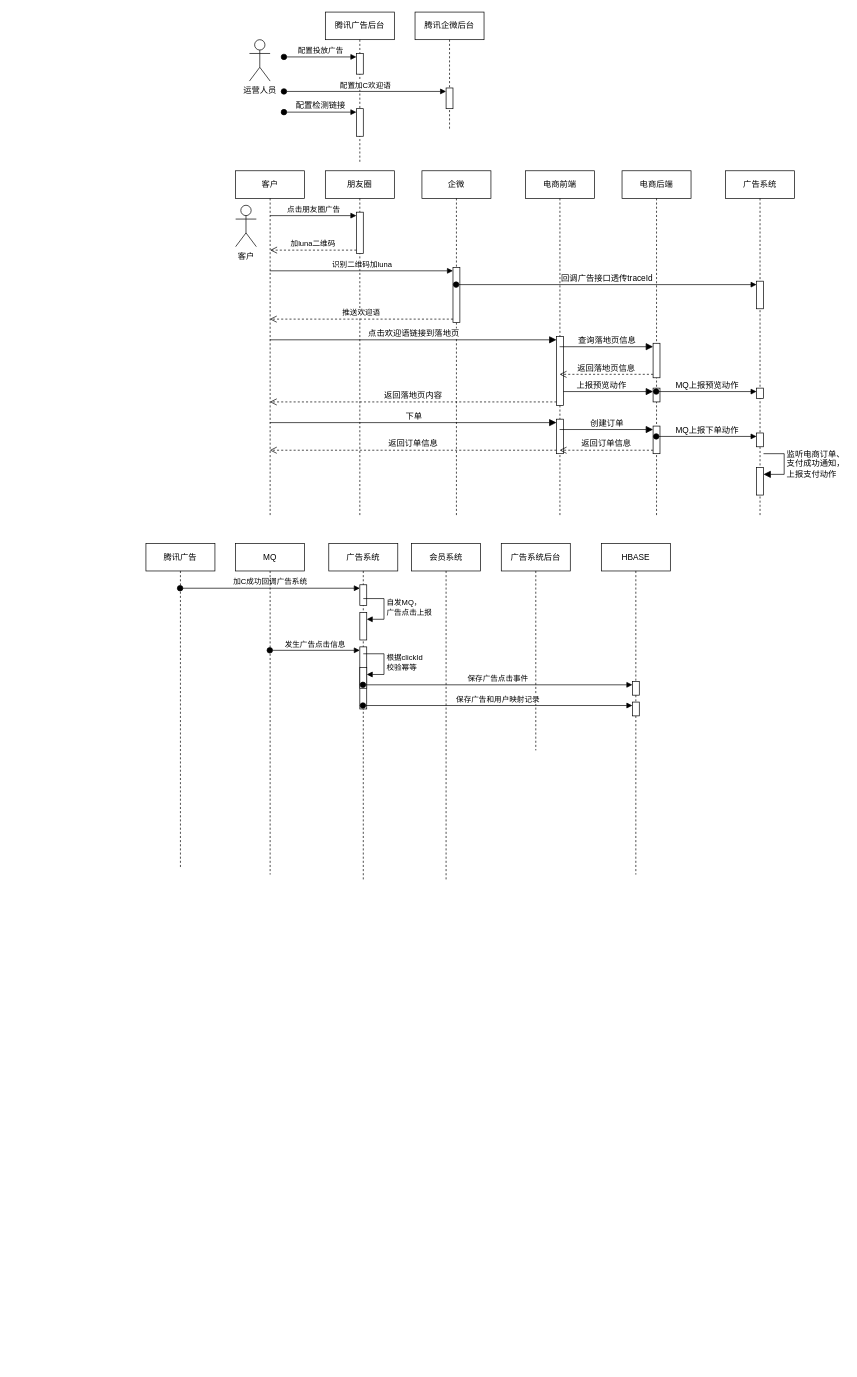
Earlier version of the draw.io diagram page "腾讯广告加C投放归因" (14 of 14) of src/draw/广告投放系统.drawio (y13513867074/draw). Source tidied: cells renumbered, new cells numbered last; positions are measured from the earlier drawing's top-left corner, leaving out a move shared by most shapes. Both pictures are drawn from the tidied source at 69%, with x=0, y=0 at pixel (146, 12).
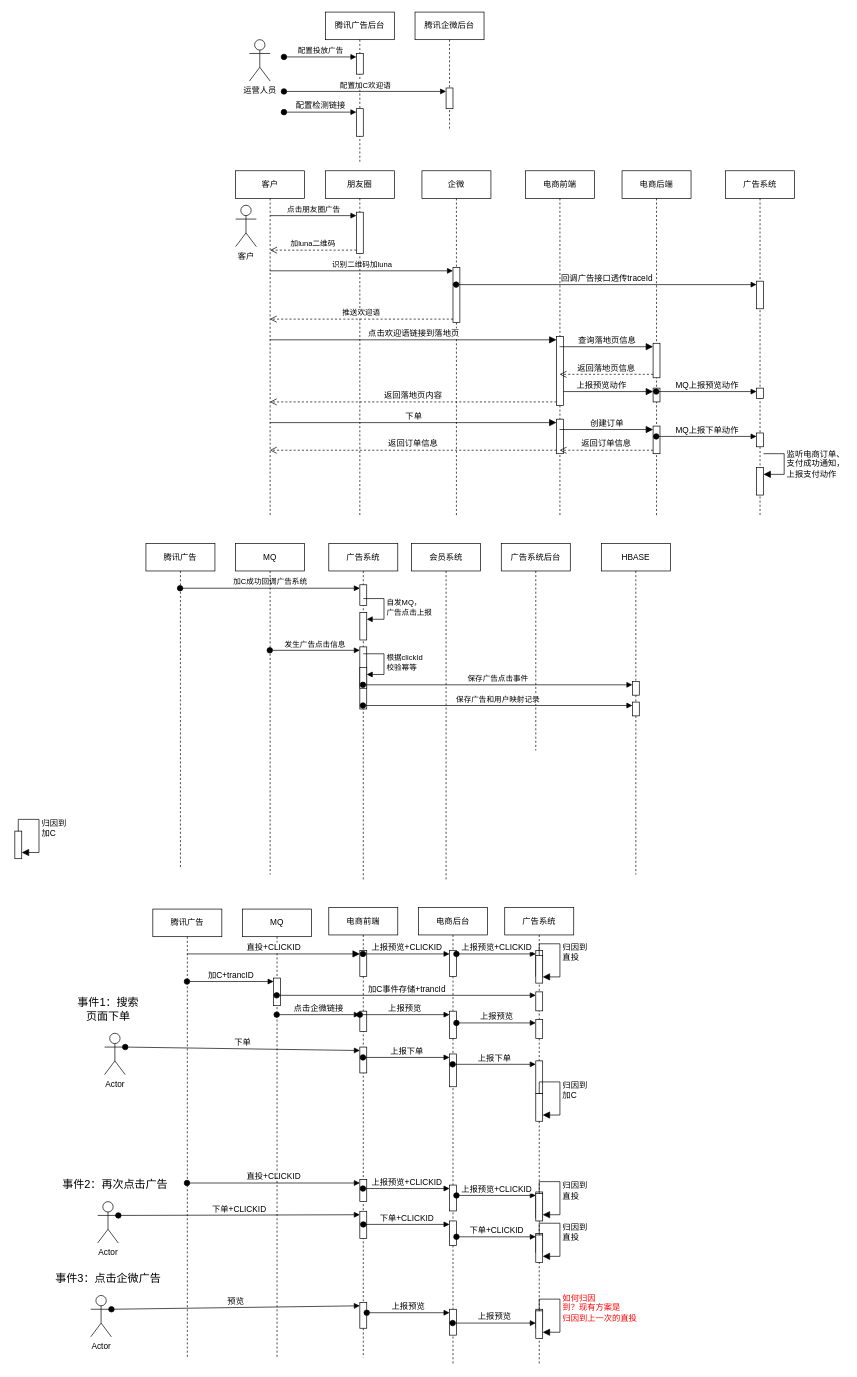
After the change.

Commit message:
更新广告投放系统.drawio

What changed in the source:
```diff
@@
+    <mxCell id="65" value="广告系统" style="shape=umlLifeline;perimeter=lifelinePerimeter;whiteSpace=wrap;html=1;newEdgeStyle={&quot;edgeStyle&quot;:&quot;elbowEdgeStyle&quot;,&quot;elbow&quot;:&quot;vertical&quot;,&quot;curved&quot;:0,&quot;rounded&quot;:0};" parent="1" vertex="1">
+      <mxGeometry x="520" y="1297.5" width="100" height="662.5" as="geometry" />
+    </mxCell>
+    <mxCell id="66" style="html=1;points=[[0,0,0,0,5],[0,1,0,0,-5],[1,0,0,0,5],[1,1,0,0,-5]];perimeter=orthogonalPerimeter;outlineConnect=0;targetShapes=umlLifeline;portConstraint=eastwest;newEdgeStyle={&quot;curved&quot;:0,&quot;rounded&quot;:0};" parent="65" vertex="1">
+      <mxGeometry x="45" y="62.5" width="10" height="37.5" as="geometry" />
+    </mxCell>
+    <mxCell id="67" style="html=1;points=[[0,0,0,0,5],[0,1,0,0,-5],[1,0,0,0,5],[1,1,0,0,-5]];perimeter=orthogonalPerimeter;outlineConnect=0;targetShapes=umlLifeline;portConstraint=eastwest;newEdgeStyle={&quot;curved&quot;:0,&quot;rounded&quot;:0};" parent="65" vertex="1">
+      <mxGeometry x="45" y="122.5" width="10" height="27.5" as="geometry" />
+    </mxCell>
+    <mxCell id="68" style="html=1;points=[[0,0,0,0,5],[0,1,0,0,-5],[1,0,0,0,5],[1,1,0,0,-5]];perimeter=orthogonalPerimeter;outlineConnect=0;targetShapes=umlLifeline;portConstraint=eastwest;newEdgeStyle={&quot;curved&quot;:0,&quot;rounded&quot;:0};" parent="65" vertex="1">
+      <mxGeometry x="45" y="162.5" width="10" height="27.5" as="geometry" />
+    </mxCell>
+    <mxCell id="69" style="html=1;points=[[0,0,0,0,5],[0,1,0,0,-5],[1,0,0,0,5],[1,1,0,0,-5]];perimeter=orthogonalPerimeter;outlineConnect=0;targetShapes=umlLifeline;portConstraint=eastwest;newEdgeStyle={&quot;curved&quot;:0,&quot;rounded&quot;:0};" parent="65" vertex="1">
+      <mxGeometry x="45" y="222.5" width="10" height="47.5" as="geometry" />
+    </mxCell>
+    <mxCell id="70" style="html=1;points=[[0,0,0,0,5],[0,1,0,0,-5],[1,0,0,0,5],[1,1,0,0,-5]];perimeter=orthogonalPerimeter;outlineConnect=0;targetShapes=umlLifeline;portConstraint=eastwest;newEdgeStyle={&quot;curved&quot;:0,&quot;rounded&quot;:0};" parent="65" vertex="1">
+      <mxGeometry x="45" y="270" width="10" height="40" as="geometry" />
+    </mxCell>
+    <mxCell id="71" value="归因到&lt;div&gt;加C&lt;/div&gt;" style="html=1;align=left;spacingLeft=2;endArrow=block;rounded=0;edgeStyle=orthogonalEdgeStyle;curved=0;rounded=0;fontSize=12;startSize=8;endSize=8;" parent="65" edge="1" target="70">
+      <mxGeometry relative="1" as="geometry">
+        <mxPoint x="50" y="270.5" as="sourcePoint" />
+        <Array as="points">
+          <mxPoint x="50" y="253" />
+          <mxPoint x="80" y="253" />
+          <mxPoint x="80" y="301" />
+        </Array>
+      </mxGeometry>
+    </mxCell>
+    <mxCell id="72" style="html=1;points=[[0,0,0,0,5],[0,1,0,0,-5],[1,0,0,0,5],[1,1,0,0,-5]];perimeter=orthogonalPerimeter;outlineConnect=0;targetShapes=umlLifeline;portConstraint=eastwest;newEdgeStyle={&quot;curved&quot;:0,&quot;rounded&quot;:0};" parent="65" vertex="1">
+      <mxGeometry x="45" y="412.5" width="10" height="37.5" as="geometry" />
+    </mxCell>
+    <mxCell id="73" style="html=1;points=[[0,0,0,0,5],[0,1,0,0,-5],[1,0,0,0,5],[1,1,0,0,-5]];perimeter=orthogonalPerimeter;outlineConnect=0;targetShapes=umlLifeline;portConstraint=eastwest;newEdgeStyle={&quot;curved&quot;:0,&quot;rounded&quot;:0};" parent="65" vertex="1">
+      <mxGeometry x="45" y="69.8" width="10" height="40" as="geometry" />
+    </mxCell>
+    <mxCell id="74" value="归因到&lt;div&gt;直投&lt;/div&gt;" style="html=1;align=left;spacingLeft=2;endArrow=block;rounded=0;edgeStyle=orthogonalEdgeStyle;curved=0;rounded=0;fontSize=12;startSize=8;endSize=8;" parent="65" edge="1" target="73">
+      <mxGeometry relative="1" as="geometry">
+        <mxPoint x="50" y="70.2" as="sourcePoint" />
+        <Array as="points">
+          <mxPoint x="50" y="52.8" />
+          <mxPoint x="80" y="52.8" />
+          <mxPoint x="80" y="100.8" />
+        </Array>
+      </mxGeometry>
+    </mxCell>
+    <mxCell id="75" style="html=1;points=[[0,0,0,0,5],[0,1,0,0,-5],[1,0,0,0,5],[1,1,0,0,-5]];perimeter=orthogonalPerimeter;outlineConnect=0;targetShapes=umlLifeline;portConstraint=eastwest;newEdgeStyle={&quot;curved&quot;:0,&quot;rounded&quot;:0};" parent="65" vertex="1">
+      <mxGeometry x="45" y="414.5" width="10" height="40" as="geometry" />
+    </mxCell>
+    <mxCell id="76" value="归因到&lt;div&gt;直投&lt;/div&gt;" style="html=1;align=left;spacingLeft=2;endArrow=block;rounded=0;edgeStyle=orthogonalEdgeStyle;curved=0;rounded=0;fontSize=12;startSize=8;endSize=8;" parent="65" edge="1" target="75">
+      <mxGeometry relative="1" as="geometry">
+        <mxPoint x="50" y="415" as="sourcePoint" />
+        <Array as="points">
+          <mxPoint x="50" y="397.5" />
+          <mxPoint x="80" y="397.5" />
+          <mxPoint x="80" y="445.5" />
+        </Array>
+      </mxGeometry>
+    </mxCell>
+    <mxCell id="77" style="html=1;points=[[0,0,0,0,5],[0,1,0,0,-5],[1,0,0,0,5],[1,1,0,0,-5]];perimeter=orthogonalPerimeter;outlineConnect=0;targetShapes=umlLifeline;portConstraint=eastwest;newEdgeStyle={&quot;curved&quot;:0,&quot;rounded&quot;:0};" parent="65" vertex="1">
+      <mxGeometry x="45" y="472.5" width="10" height="27.5" as="geometry" />
+    </mxCell>
+    <mxCell id="78" style="html=1;points=[[0,0,0,0,5],[0,1,0,0,-5],[1,0,0,0,5],[1,1,0,0,-5]];perimeter=orthogonalPerimeter;outlineConnect=0;targetShapes=umlLifeline;portConstraint=eastwest;newEdgeStyle={&quot;curved&quot;:0,&quot;rounded&quot;:0};" parent="65" vertex="1">
+      <mxGeometry x="45" y="474.8" width="10" height="40" as="geometry" />
+    </mxCell>
+    <mxCell id="79" value="归因到&lt;div&gt;直投&lt;/div&gt;" style="html=1;align=left;spacingLeft=2;endArrow=block;rounded=0;edgeStyle=orthogonalEdgeStyle;curved=0;rounded=0;fontSize=12;startSize=8;endSize=8;" parent="65" edge="1" target="78">
+      <mxGeometry relative="1" as="geometry">
+        <mxPoint x="50" y="475.2" as="sourcePoint" />
+        <Array as="points">
+          <mxPoint x="50" y="457.8" />
+          <mxPoint x="80" y="457.8" />
+          <mxPoint x="80" y="505.8" />
+        </Array>
+      </mxGeometry>
+    </mxCell>
+    <mxCell id="80" style="html=1;perimeter=orthogonalPerimeter;targetShapes=umlLifeline;newEdgeStyle={&quot;curved&quot;:0,&quot;rounded&quot;:0};" parent="65" vertex="1">
+      <mxGeometry x="45" y="582.5" width="10" height="27.5" as="geometry" />
+    </mxCell>
+    <mxCell id="81" style="html=1;points=[[0,0,0,0,5],[0,1,0,0,-5],[1,0,0,0,5],[1,1,0,0,-5]];perimeter=orthogonalPerimeter;outlineConnect=0;targetShapes=umlLifeline;portConstraint=eastwest;newEdgeStyle={&quot;curved&quot;:0,&quot;rounded&quot;:0};" parent="65" vertex="1">
+      <mxGeometry x="45" y="584.8" width="10" height="40" as="geometry" />
+    </mxCell>
+    <mxCell id="82" value="&lt;font color=&quot;#ff0000&quot;&gt;如何归因&lt;/font&gt;&lt;div&gt;&lt;font color=&quot;#ff0000&quot;&gt;到？现有方案是&lt;/font&gt;&lt;/div&gt;&lt;div&gt;&lt;font color=&quot;#ff0000&quot;&gt;归因到上一次的直投&lt;/font&gt;&lt;/div&gt;" style="html=1;align=left;spacingLeft=2;endArrow=block;rounded=0;edgeStyle=orthogonalEdgeStyle;curved=0;rounded=0;fontSize=12;startSize=8;endSize=8;" parent="65" edge="1" target="81">
+      <mxGeometry relative="1" as="geometry">
+        <mxPoint x="50" y="585.2" as="sourcePoint" />
+        <Array as="points">
+          <mxPoint x="50" y="567.8" />
+          <mxPoint x="80" y="567.8" />
+          <mxPoint x="80" y="615.8" />
+        </Array>
+      </mxGeometry>
+    </mxCell>
+    <mxCell id="83" value="电商前端" style="shape=umlLifeline;perimeter=lifelinePerimeter;whiteSpace=wrap;html=1;outlineConnect=0;portConstraint=eastwest;newEdgeStyle={&quot;edgeStyle&quot;:&quot;elbowEdgeStyle&quot;,&quot;elbow&quot;:&quot;vertical&quot;,&quot;curved&quot;:0,&quot;rounded&quot;:0};" parent="1" vertex="1">
+      <mxGeometry x="265" y="1297.5" width="100" height="652.5" as="geometry" />
+    </mxCell>
+    <mxCell id="84" style="html=1;points=[[0,0,0,0,5],[0,1,0,0,-5],[1,0,0,0,5],[1,1,0,0,-5]];perimeter=orthogonalPerimeter;outlineConnect=0;targetShapes=umlLifeline;portConstraint=eastwest;newEdgeStyle={&quot;curved&quot;:0,&quot;rounded&quot;:0};" parent="83" vertex="1">
+      <mxGeometry x="45" y="62.5" width="10" height="37.5" as="geometry" />
+    </mxCell>
+    <mxCell id="85" style="html=1;points=[[0,0,0,0,5],[0,1,0,0,-5],[1,0,0,0,5],[1,1,0,0,-5]];perimeter=orthogonalPerimeter;outlineConnect=0;targetShapes=umlLifeline;portConstraint=eastwest;newEdgeStyle={&quot;curved&quot;:0,&quot;rounded&quot;:0};" parent="83" vertex="1">
+      <mxGeometry x="45" y="150.5" width="10" height="29.5" as="geometry" />
+    </mxCell>
+    <mxCell id="86" style="html=1;points=[[0,0,0,0,5],[0,1,0,0,-5],[1,0,0,0,5],[1,1,0,0,-5]];perimeter=orthogonalPerimeter;outlineConnect=0;targetShapes=umlLifeline;portConstraint=eastwest;newEdgeStyle={&quot;curved&quot;:0,&quot;rounded&quot;:0};" parent="83" vertex="1">
+      <mxGeometry x="45" y="394.5" width="10" height="32" as="geometry" />
+    </mxCell>
+    <mxCell id="87" value="直投+CLICKID" style="html=1;verticalAlign=bottom;startArrow=oval;endArrow=block;startSize=8;curved=0;rounded=0;entryX=0;entryY=0;entryDx=0;entryDy=5;fontSize=12;" parent="83" edge="1" target="86">
+      <mxGeometry relative="1" as="geometry">
+        <mxPoint x="-205.5" y="399.5" as="sourcePoint" />
+      </mxGeometry>
+    </mxCell>
+    <mxCell id="88" style="html=1;points=[[0,0,0,0,5],[0,1,0,0,-5],[1,0,0,0,5],[1,1,0,0,-5]];perimeter=orthogonalPerimeter;outlineConnect=0;targetShapes=umlLifeline;portConstraint=eastwest;newEdgeStyle={&quot;curved&quot;:0,&quot;rounded&quot;:0};" parent="83" vertex="1">
+      <mxGeometry x="45" y="202.5" width="10" height="37.5" as="geometry" />
+    </mxCell>
+    <mxCell id="89" style="html=1;points=[[0,0,0,0,5],[0,1,0,0,-5],[1,0,0,0,5],[1,1,0,0,-5]];perimeter=orthogonalPerimeter;outlineConnect=0;targetShapes=umlLifeline;portConstraint=eastwest;newEdgeStyle={&quot;curved&quot;:0,&quot;rounded&quot;:0};" parent="83" vertex="1">
+      <mxGeometry x="45" y="440.5" width="10" height="39.5" as="geometry" />
+    </mxCell>
+    <mxCell id="90" style="html=1;points=[[0,0,0,0,5],[0,1,0,0,-5],[1,0,0,0,5],[1,1,0,0,-5]];perimeter=orthogonalPerimeter;outlineConnect=0;targetShapes=umlLifeline;portConstraint=eastwest;newEdgeStyle={&quot;curved&quot;:0,&quot;rounded&quot;:0};" parent="83" vertex="1">
+      <mxGeometry x="45" y="572.5" width="10" height="37.5" as="geometry" />
+    </mxCell>
+    <mxCell id="91" value="电商后台" style="shape=umlLifeline;perimeter=lifelinePerimeter;whiteSpace=wrap;html=1;outlineConnect=0;portConstraint=eastwest;newEdgeStyle={&quot;edgeStyle&quot;:&quot;elbowEdgeStyle&quot;,&quot;elbow&quot;:&quot;vertical&quot;,&quot;curved&quot;:0,&quot;rounded&quot;:0};" parent="1" vertex="1">
+      <mxGeometry x="395" y="1297.5" width="100" height="662.5" as="geometry" />
+    </mxCell>
+    <mxCell id="92" style="html=1;points=[[0,0,0,0,5],[0,1,0,0,-5],[1,0,0,0,5],[1,1,0,0,-5]];perimeter=orthogonalPerimeter;outlineConnect=0;targetShapes=umlLifeline;portConstraint=eastwest;newEdgeStyle={&quot;curved&quot;:0,&quot;rounded&quot;:0};" parent="91" vertex="1">
+      <mxGeometry x="45" y="62.5" width="10" height="37.5" as="geometry" />
+    </mxCell>
+    <mxCell id="93" style="html=1;points=[[0,0,0,0,5],[0,1,0,0,-5],[1,0,0,0,5],[1,1,0,0,-5]];perimeter=orthogonalPerimeter;outlineConnect=0;targetShapes=umlLifeline;portConstraint=eastwest;newEdgeStyle={&quot;curved&quot;:0,&quot;rounded&quot;:0};" parent="91" vertex="1">
+      <mxGeometry x="45" y="150.5" width="10" height="39.5" as="geometry" />
+    </mxCell>
+    <mxCell id="94" style="html=1;points=[[0,0,0,0,5],[0,1,0,0,-5],[1,0,0,0,5],[1,1,0,0,-5]];perimeter=orthogonalPerimeter;outlineConnect=0;targetShapes=umlLifeline;portConstraint=eastwest;newEdgeStyle={&quot;curved&quot;:0,&quot;rounded&quot;:0};" parent="91" vertex="1">
+      <mxGeometry x="45" y="212.5" width="10" height="47.5" as="geometry" />
+    </mxCell>
+    <mxCell id="95" style="html=1;points=[[0,0,0,0,5],[0,1,0,0,-5],[1,0,0,0,5],[1,1,0,0,-5]];perimeter=orthogonalPerimeter;outlineConnect=0;targetShapes=umlLifeline;portConstraint=eastwest;newEdgeStyle={&quot;curved&quot;:0,&quot;rounded&quot;:0};" parent="91" vertex="1">
+      <mxGeometry x="45" y="402.5" width="10" height="37.5" as="geometry" />
+    </mxCell>
+    <mxCell id="96" style="html=1;points=[[0,0,0,0,5],[0,1,0,0,-5],[1,0,0,0,5],[1,1,0,0,-5]];perimeter=orthogonalPerimeter;outlineConnect=0;targetShapes=umlLifeline;portConstraint=eastwest;newEdgeStyle={&quot;curved&quot;:0,&quot;rounded&quot;:0};" parent="91" vertex="1">
+      <mxGeometry x="45" y="454.5" width="10" height="35.5" as="geometry" />
+    </mxCell>
+    <mxCell id="97" style="html=1;points=[[0,0,0,0,5],[0,1,0,0,-5],[1,0,0,0,5],[1,1,0,0,-5]];perimeter=orthogonalPerimeter;outlineConnect=0;targetShapes=umlLifeline;portConstraint=eastwest;newEdgeStyle={&quot;curved&quot;:0,&quot;rounded&quot;:0};" parent="91" vertex="1">
+      <mxGeometry x="45" y="582.5" width="10" height="37.5" as="geometry" />
+    </mxCell>
+    <mxCell id="98" value="腾讯广告" style="shape=umlLifeline;perimeter=lifelinePerimeter;whiteSpace=wrap;html=1;outlineConnect=0;portConstraint=eastwest;newEdgeStyle={&quot;edgeStyle&quot;:&quot;elbowEdgeStyle&quot;,&quot;elbow&quot;:&quot;vertical&quot;,&quot;curved&quot;:0,&quot;rounded&quot;:0};" parent="1" vertex="1">
+      <mxGeometry x="10" y="1300" width="100" height="650" as="geometry" />
+    </mxCell>
+    <mxCell id="99" value="MQ" style="shape=umlLifeline;perimeter=lifelinePerimeter;whiteSpace=wrap;html=1;outlineConnect=0;portConstraint=eastwest;newEdgeStyle={&quot;curved&quot;:0,&quot;rounded&quot;:0};" parent="1" vertex="1">
+      <mxGeometry x="140" y="1300" width="100" height="650" as="geometry" />
+    </mxCell>
+    <mxCell id="100" style="html=1;points=[[0,0,0,0,5],[0,1,0,0,-5],[1,0,0,0,5],[1,1,0,0,-5]];perimeter=orthogonalPerimeter;outlineConnect=0;targetShapes=umlLifeline;portConstraint=eastwest;newEdgeStyle={&quot;curved&quot;:0,&quot;rounded&quot;:0};" parent="99" vertex="1">
+      <mxGeometry x="45" y="100" width="10" height="40" as="geometry" />
+    </mxCell>
+    <mxCell id="101" value="直投+CLICKID" style="html=1;verticalAlign=bottom;endArrow=block;curved=0;rounded=0;entryX=0;entryY=0;entryDx=0;entryDy=5;fontSize=12;startSize=8;endSize=8;" parent="1" edge="1" source="98" target="84">
+      <mxGeometry relative="1" as="geometry" />
+    </mxCell>
+    <mxCell id="102" value="上报预览+CLICKID" style="html=1;verticalAlign=bottom;startArrow=oval;endArrow=block;startSize=8;curved=0;rounded=0;entryX=0;entryY=0;entryDx=0;entryDy=5;fontSize=12;" parent="1" edge="1" source="83" target="92">
+      <mxGeometry relative="1" as="geometry" />
+    </mxCell>
+    <mxCell id="103" value="上报预览+CLICKID" style="html=1;verticalAlign=bottom;startArrow=oval;endArrow=block;startSize=8;curved=0;rounded=0;entryX=0;entryY=0;entryDx=0;entryDy=5;fontSize=12;exitX=1;exitY=0;exitDx=0;exitDy=5;exitPerimeter=0;" parent="1" edge="1" source="92" target="66">
+      <mxGeometry x="0.01" relative="1" as="geometry" />
+    </mxCell>
+    <mxCell id="104" value="加C+trancID" style="html=1;verticalAlign=bottom;startArrow=oval;endArrow=block;startSize=8;curved=0;rounded=0;entryX=0;entryY=0;entryDx=0;entryDy=5;fontSize=12;" parent="1" edge="1" source="98" target="100">
+      <mxGeometry relative="1" as="geometry" />
+    </mxCell>
+    <mxCell id="105" value="加C事件存储+trancId" style="html=1;verticalAlign=bottom;startArrow=oval;endArrow=block;startSize=8;curved=0;rounded=0;entryX=0;entryY=0;entryDx=0;entryDy=5;fontSize=12;" parent="1" edge="1" source="99" target="67">
+      <mxGeometry relative="1" as="geometry" />
+    </mxCell>
+    <mxCell id="106" value="点击企微链接" style="html=1;verticalAlign=bottom;startArrow=oval;endArrow=block;startSize=8;curved=0;rounded=0;entryX=0;entryY=0;entryDx=0;entryDy=5;fontSize=12;" parent="1" edge="1" source="99" target="85">
+      <mxGeometry relative="1" as="geometry" />
+    </mxCell>
+    <mxCell id="107" value="上报预览" style="html=1;verticalAlign=bottom;startArrow=oval;endArrow=block;startSize=8;curved=0;rounded=0;entryX=0;entryY=0;entryDx=0;entryDy=5;fontSize=12;exitX=0;exitY=0;exitDx=0;exitDy=5;exitPerimeter=0;" parent="1" edge="1" source="85" target="93">
+      <mxGeometry relative="1" as="geometry" />
+    </mxCell>
+    <mxCell id="108" value="上报预览" style="html=1;verticalAlign=bottom;startArrow=oval;endArrow=block;startSize=8;curved=0;rounded=0;entryX=0;entryY=0;entryDx=0;entryDy=5;fontSize=12;" parent="1" edge="1" source="93" target="68">
+      <mxGeometry relative="1" as="geometry" />
+    </mxCell>
+    <mxCell id="109" value="事件1：搜索&lt;div&gt;页&lt;span style=&quot;background-color: initial;&quot;&gt;面下单&lt;/span&gt;&lt;/div&gt;" style="text;html=1;align=center;verticalAlign=middle;strokeColor=none;fillColor=none;fontSize=16;" parent="1" vertex="1">
+      <mxGeometry x="-110" y="1420" width="110" height="50" as="geometry" />
+    </mxCell>
+    <mxCell id="110" value="事件2：再次点击广告" style="text;html=1;align=center;verticalAlign=middle;strokeColor=none;fillColor=none;fontSize=16;" parent="1" vertex="1">
+      <mxGeometry x="-135" y="1684" width="180" height="30" as="geometry" />
+    </mxCell>
+    <mxCell id="111" value="Actor" style="shape=umlActor;verticalLabelPosition=bottom;verticalAlign=top;html=1;" parent="1" vertex="1">
+      <mxGeometry x="-60" y="1480" width="30" height="60" as="geometry" />
+    </mxCell>
+    <mxCell id="112" value="下单" style="html=1;verticalAlign=bottom;startArrow=oval;endArrow=block;startSize=8;curved=0;rounded=0;entryX=0;entryY=0;entryDx=0;entryDy=5;fontSize=12;exitX=1;exitY=0.3333333333333333;exitDx=0;exitDy=0;exitPerimeter=0;" parent="1" edge="1" source="111" target="88">
+      <mxGeometry relative="1" as="geometry" />
+    </mxCell>
+    <mxCell id="113" value="上报下单" style="html=1;verticalAlign=bottom;startArrow=oval;endArrow=block;startSize=8;curved=0;rounded=0;entryX=0;entryY=0;entryDx=0;entryDy=5;fontSize=12;" parent="1" edge="1" source="83" target="94">
+      <mxGeometry relative="1" as="geometry" />
+    </mxCell>
+    <mxCell id="114" value="上报下单" style="html=1;verticalAlign=bottom;startArrow=oval;endArrow=block;startSize=8;curved=0;rounded=0;entryX=0;entryY=0;entryDx=0;entryDy=5;fontSize=12;" parent="1" edge="1" source="91" target="69">
+      <mxGeometry relative="1" as="geometry" />
+    </mxCell>
+    <mxCell id="115" value="上报预览+CLICKID" style="html=1;verticalAlign=bottom;startArrow=oval;endArrow=block;startSize=8;curved=0;rounded=0;entryX=0;entryY=0;entryDx=0;entryDy=5;fontSize=12;" parent="1" edge="1" source="83" target="95">
+      <mxGeometry relative="1" as="geometry" />
+    </mxCell>
+    <mxCell id="116" value="上报预览+CLICKID" style="html=1;verticalAlign=bottom;startArrow=oval;endArrow=block;startSize=8;curved=0;rounded=0;entryX=0;entryY=0;entryDx=0;entryDy=5;fontSize=12;" parent="1" edge="1" source="95" target="72">
+      <mxGeometry relative="1" as="geometry" />
+    </mxCell>
+    <mxCell id="117" style="html=1;points=[[0,0,0,0,5],[0,1,0,0,-5],[1,0,0,0,5],[1,1,0,0,-5]];perimeter=orthogonalPerimeter;outlineConnect=0;targetShapes=umlLifeline;portConstraint=eastwest;newEdgeStyle={&quot;curved&quot;:0,&quot;rounded&quot;:0};" parent="1" vertex="1">
+      <mxGeometry x="-190" y="1187" width="10" height="40" as="geometry" />
+    </mxCell>
+    <mxCell id="118" value="归因到&lt;div&gt;加C&lt;/div&gt;" style="html=1;align=left;spacingLeft=2;endArrow=block;rounded=0;edgeStyle=orthogonalEdgeStyle;curved=0;rounded=0;fontSize=12;startSize=8;endSize=8;" parent="1" edge="1" target="117">
+      <mxGeometry relative="1" as="geometry">
+        <mxPoint x="-185" y="1187.5" as="sourcePoint" />
+        <Array as="points">
+          <mxPoint x="-185" y="1170" />
+          <mxPoint x="-155" y="1170" />
+          <mxPoint x="-155" y="1218" />
+        </Array>
+      </mxGeometry>
+    </mxCell>
+    <mxCell id="119" value="Actor" style="shape=umlActor;verticalLabelPosition=bottom;verticalAlign=top;html=1;" parent="1" vertex="1">
+      <mxGeometry x="-70" y="1724" width="30" height="60" as="geometry" />
+    </mxCell>
+    <mxCell id="120" value="下单+CLICKID" style="html=1;verticalAlign=bottom;startArrow=oval;endArrow=block;startSize=8;curved=0;rounded=0;entryX=0;entryY=0;entryDx=0;entryDy=5;fontSize=12;exitX=1;exitY=0.3333333333333333;exitDx=0;exitDy=0;exitPerimeter=0;" parent="1" edge="1" source="119" target="89">
+      <mxGeometry relative="1" as="geometry" />
+    </mxCell>
+    <mxCell id="121" value="下单+CLICKID" style="html=1;verticalAlign=bottom;startArrow=oval;endArrow=block;startSize=8;curved=0;rounded=0;entryX=0;entryY=0;entryDx=0;entryDy=5;fontSize=12;" parent="1" edge="1" target="96">
+      <mxGeometry relative="1" as="geometry">
+        <mxPoint x="315" y="1757" as="sourcePoint" />
+      </mxGeometry>
+    </mxCell>
+    <mxCell id="122" value="下单+CLICKID" style="html=1;verticalAlign=bottom;startArrow=oval;endArrow=block;startSize=8;curved=0;rounded=0;entryX=0;entryY=0;entryDx=0;entryDy=5;fontSize=12;" parent="1" edge="1" source="96" target="77">
+      <mxGeometry relative="1" as="geometry" />
+    </mxCell>
+    <mxCell id="123" value="Actor" style="shape=umlActor;verticalLabelPosition=bottom;verticalAlign=top;html=1;" parent="1" vertex="1">
+      <mxGeometry x="-80" y="1860" width="30" height="60" as="geometry" />
+    </mxCell>
+    <mxCell id="124" value="事件3：点击企微广告" style="text;html=1;align=center;verticalAlign=middle;strokeColor=none;fillColor=none;fontSize=16;" parent="1" vertex="1">
+      <mxGeometry x="-145" y="1820" width="180" height="30" as="geometry" />
+    </mxCell>
+    <mxCell id="125" value="预览" style="html=1;verticalAlign=bottom;startArrow=oval;endArrow=block;startSize=8;curved=0;rounded=0;entryX=0;entryY=0;entryDx=0;entryDy=5;fontSize=12;exitX=1;exitY=0.3333333333333333;exitDx=0;exitDy=0;exitPerimeter=0;" parent="1" edge="1" source="123" target="90">
+      <mxGeometry relative="1" as="geometry" />
+    </mxCell>
+    <mxCell id="126" value="上报预览" style="html=1;verticalAlign=bottom;startArrow=oval;endArrow=block;startSize=8;curved=0;rounded=0;entryX=0;entryY=0;entryDx=0;entryDy=5;fontSize=12;" parent="1" edge="1" source="90" target="97">
+      <mxGeometry relative="1" as="geometry" />
+    </mxCell>
+    <mxCell id="127" value="上报预览" style="html=1;verticalAlign=bottom;startArrow=oval;endArrow=block;startSize=8;curved=0;rounded=0;entryX=0;entryY=0;entryDx=0;entryDy=5;fontSize=12;" parent="1" edge="1">
+      <mxGeometry relative="1" as="geometry">
+        <mxPoint x="444.5" y="1900" as="sourcePoint" />
+        <mxPoint x="565" y="1900" as="targetPoint" />
+      </mxGeometry>
+    </mxCell>
```
